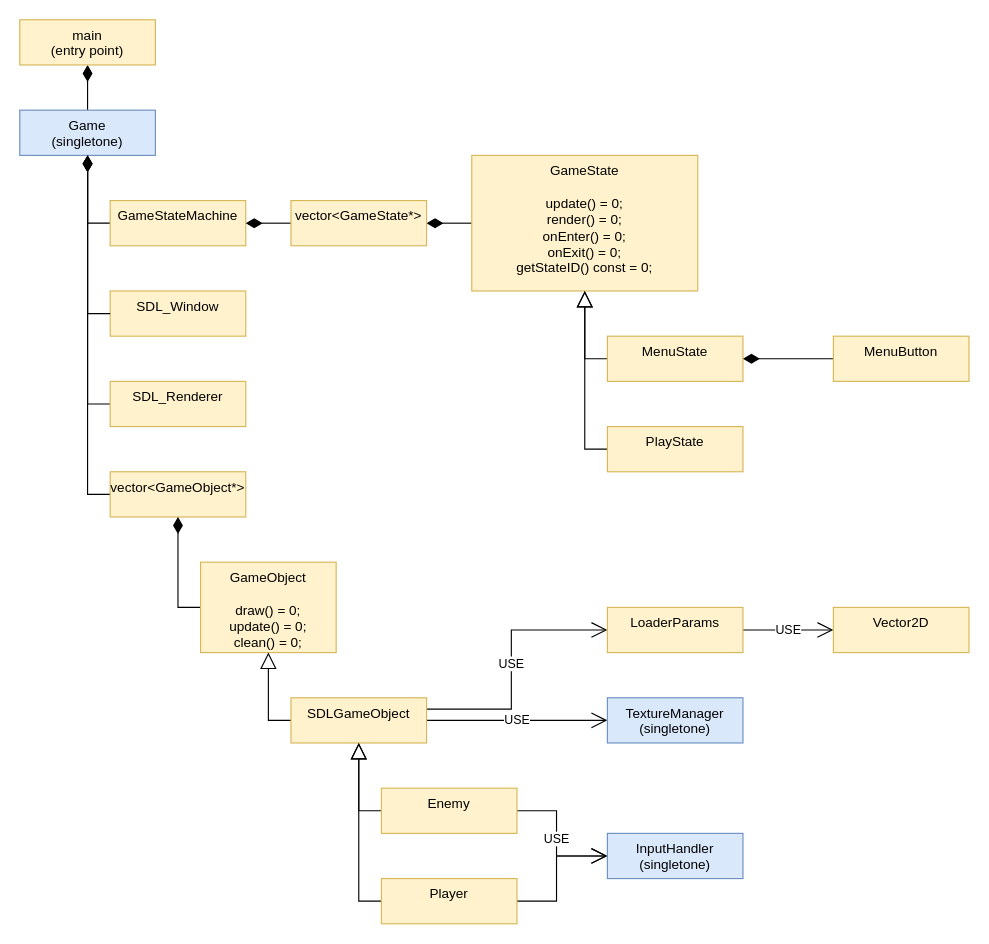
This is time/2021-12-30_1300_SDLGame/SDLGame/SDLGameUML.drawio from ArTarOne/CppProjects, a draw.io file, before an edit. Source tidied: cells renumbered, new cells numbered last; positions are measured from the earlier drawing's top-left corner, leaving out a move shared by most shapes. Both pictures are drawn from the tidied source at 113%, with x=0, y=0 at pixel (19, 19).
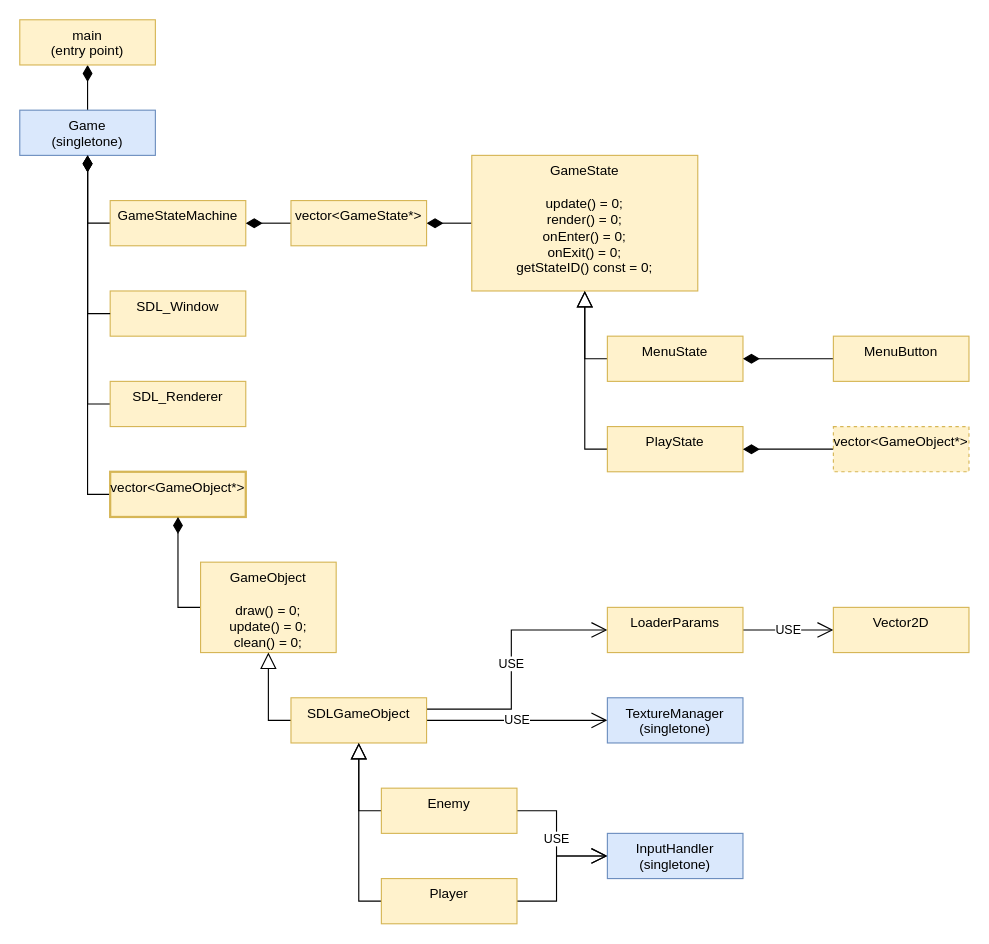
Above is the later version.

Commit message (it also covers changes not shown here):
SDL: Chapter 5: Step 4: Add first GameObject (helicopter) to PlayState. SDLGameObject::draw() can flip objects

The change refers to these unchanged cells:
```xml
<mxCell id="35" value="PlayState" style="rounded=0;whiteSpace=wrap;html=1;verticalAlign=top;fillColor=#fff2cc;strokeColor=#d6b656;" parent="1" vertex="1">
  <mxGeometry x="520" y="360" width="120" height="40" as="geometry" />
</mxCell>
```

What changed in the source:
```diff
@@
-    <mxCell id="8" value="vector&amp;lt;GameObject*&amp;gt;" style="rounded=0;whiteSpace=wrap;html=1;verticalAlign=top;fillColor=#fff2cc;strokeColor=#d6b656;" parent="1" vertex="1">
+    <mxCell id="8" value="vector&amp;lt;GameObject*&amp;gt;" style="rounded=0;whiteSpace=wrap;html=1;verticalAlign=top;fillColor=#fff2cc;strokeColor=#d6b656;strokeWidth=2;" parent="1" vertex="1">
       <mxGeometry x="80" y="400" width="120" height="40" as="geometry" />
     </mxCell>
@@
+    <mxCell id="40" style="edgeStyle=orthogonalEdgeStyle;rounded=0;jettySize=auto;html=1;exitX=0;exitY=0.5;exitDx=0;exitDy=0;entryX=1;entryY=0.5;entryDx=0;entryDy=0;endArrow=diamondThin;endFill=1;startSize=12;endSize=12;" parent="1" edge="1" source="41" target="35">
+      <mxGeometry relative="1" as="geometry" />
+    </mxCell>
+    <mxCell id="41" value="vector&amp;lt;GameObject*&amp;gt;" style="rounded=0;whiteSpace=wrap;html=1;verticalAlign=top;fillColor=#fff2cc;strokeColor=#d6b656;dashed=1;" parent="1" vertex="1">
+      <mxGeometry x="720" y="360" width="120" height="40" as="geometry" />
+    </mxCell>
```
